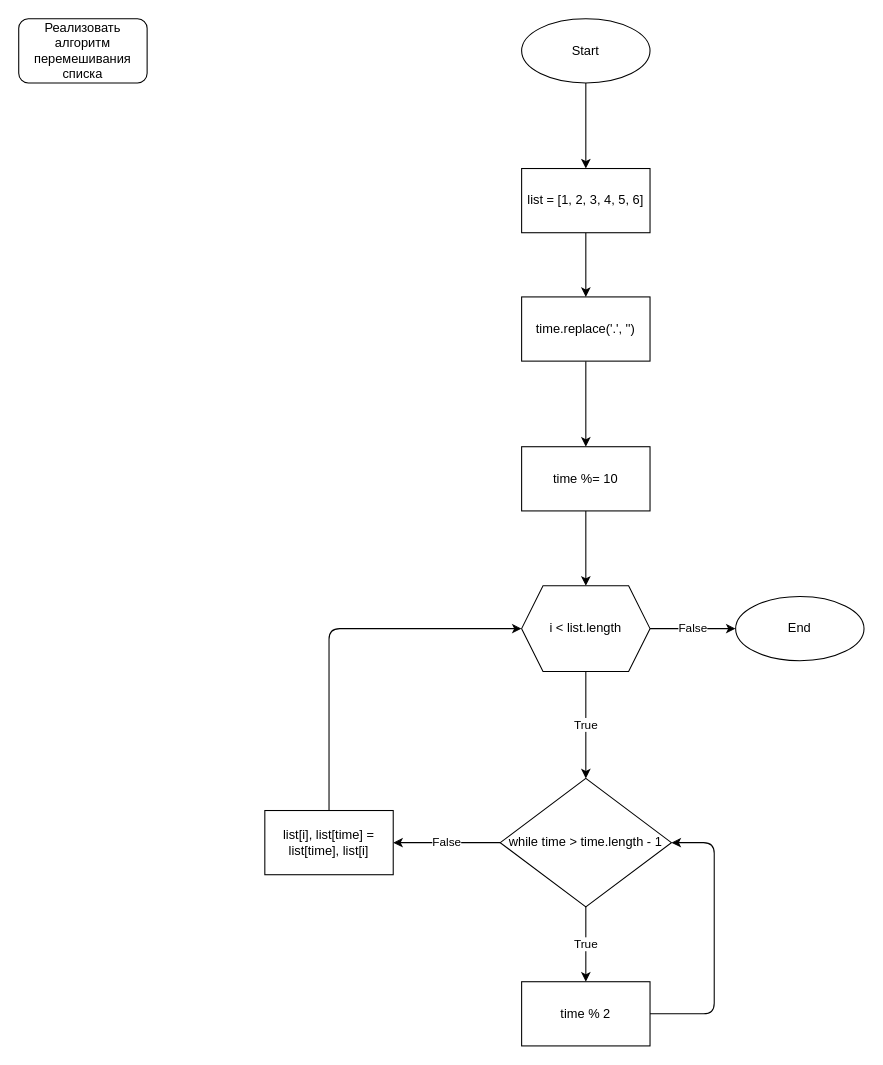
This is Lesson_2/task_18_random.drawio from Fostix/GB_Python_Tasks, a draw.io file, before an edit. Source tidied: cells renumbered, new cells numbered last; positions are measured from the earlier drawing's top-left corner, leaving out a move shared by most shapes. Both pictures are drawn from the tidied source at 107%, with x=0, y=0 at pixel (18, 18).
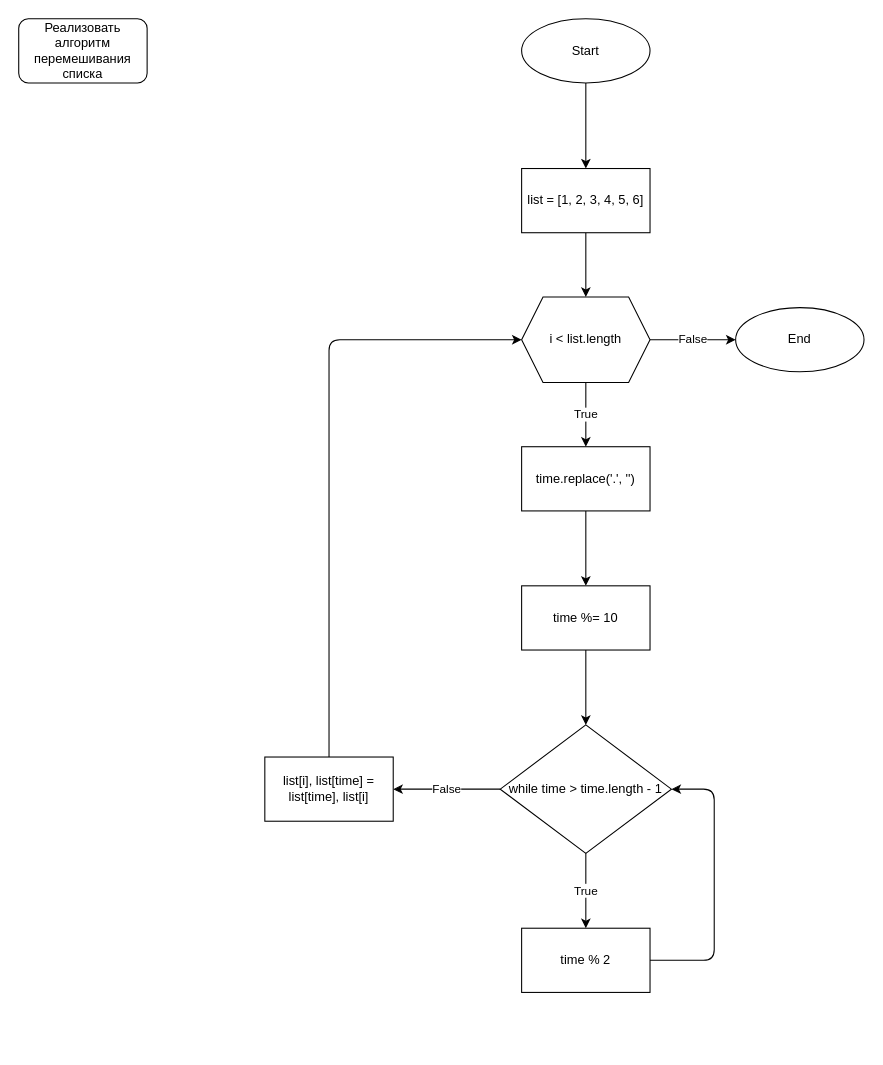
Above is the later version.

The change refers to these unchanged cells:
```xml
<mxCell id="10" value="list = [1, 2, 3, 4, 5, 6]" style="whiteSpace=wrap;html=1;" parent="1" vertex="1">
  <mxGeometry x="470" y="140" width="120" height="60" as="geometry" />
</mxCell>
```

The edit, as a diff of the source:
```diff
@@
     <mxCell id="6" value="time.replace('.', '')" style="whiteSpace=wrap;html=1;" parent="1" vertex="1">
-      <mxGeometry x="470" y="260" width="120" height="60" as="geometry" />
+      <mxGeometry x="470" y="400" width="120" height="60" as="geometry" />
     </mxCell>
-    <mxCell id="7" style="edgeStyle=none;html=1;" parent="1" edge="1" source="8" target="20">
-      <mxGeometry relative="1" as="geometry" />
-    </mxCell>
+    <mxCell id="22" style="edgeStyle=none;html=1;" parent="1" edge="1" source="8" target="13">
+      <mxGeometry relative="1" as="geometry" />
+    </mxCell>
     <mxCell id="8" value="time %= 10" style="whiteSpace=wrap;html=1;" parent="1" vertex="1">
-      <mxGeometry x="470" y="400" width="120" height="60" as="geometry" />
+      <mxGeometry x="470" y="530" width="120" height="60" as="geometry" />
     </mxCell>
-    <mxCell id="9" style="edgeStyle=none;html=1;" parent="1" edge="1" source="10" target="6">
-      <mxGeometry relative="1" as="geometry" />
-    </mxCell>
+    <mxCell id="23" style="edgeStyle=none;html=1;" parent="1" edge="1" source="10" target="20">
+      <mxGeometry relative="1" as="geometry" />
+    </mxCell>
@@
     <mxCell id="13" value="while time &amp;gt; time.length - 1" style="rhombus;whiteSpace=wrap;html=1;" parent="1" vertex="1">
-      <mxGeometry x="450" y="710" width="160" height="120" as="geometry" />
+      <mxGeometry x="450" y="660" width="160" height="120" as="geometry" />
     </mxCell>
     <mxCell id="14" style="edgeStyle=none;html=1;entryX=1;entryY=0.5;entryDx=0;entryDy=0;" parent="1" edge="1" source="15" target="13">
       <mxGeometry relative="1" as="geometry">
         <Array as="points">
-          <mxPoint x="650" y="930" />
-          <mxPoint x="650" y="770" />
+          <mxPoint x="650" y="880" />
+          <mxPoint x="650" y="720" />
         </Array>
       </mxGeometry>
     </mxCell>
     <mxCell id="15" value="time % 2" style="whiteSpace=wrap;html=1;" parent="1" vertex="1">
-      <mxGeometry x="470" y="900" width="120" height="60" as="geometry" />
+      <mxGeometry x="470" y="850" width="120" height="60" as="geometry" />
     </mxCell>
     <mxCell id="16" style="edgeStyle=none;html=1;entryX=0;entryY=0.5;entryDx=0;entryDy=0;" parent="1" edge="1" source="17" target="20">
       <mxGeometry relative="1" as="geometry">
         <Array as="points">
-          <mxPoint x="290" y="570" />
+          <mxPoint x="290" y="300" />
         </Array>
       </mxGeometry>
     </mxCell>
     <mxCell id="17" value="list[i], list[time] = list[time], list[i]" style="whiteSpace=wrap;html=1;" parent="1" vertex="1">
-      <mxGeometry x="230" y="740" width="120" height="60" as="geometry" />
+      <mxGeometry x="230" y="690" width="120" height="60" as="geometry" />
     </mxCell>
+    <mxCell id="19" value="False" style="edgeStyle=none;html=1;" parent="1" edge="1" source="20" target="21">
+      <mxGeometry relative="1" as="geometry" />
+    </mxCell>
-    <mxCell id="18" value="True" style="edgeStyle=none;html=1;" parent="1" edge="1" source="20" target="13">
+    <mxCell id="18" value="True" style="edgeStyle=none;html=1;" parent="1" edge="1" source="20" target="6">
       <mxGeometry relative="1" as="geometry" />
     </mxCell>
-    <mxCell id="19" value="False" style="edgeStyle=none;html=1;" parent="1" edge="1" source="20" target="21">
-      <mxGeometry relative="1" as="geometry" />
-    </mxCell>
     <mxCell id="20" value="i &amp;lt; list.length" style="shape=hexagon;perimeter=hexagonPerimeter2;whiteSpace=wrap;html=1;fixedSize=1;" parent="1" vertex="1">
-      <mxGeometry x="470" y="530" width="120" height="80" as="geometry" />
+      <mxGeometry x="470" y="260" width="120" height="80" as="geometry" />
     </mxCell>
     <mxCell id="21" value="End" style="ellipse;whiteSpace=wrap;html=1;" parent="1" vertex="1">
-      <mxGeometry x="670" y="540" width="120" height="60" as="geometry" />
+      <mxGeometry x="670" y="270" width="120" height="60" as="geometry" />
     </mxCell>
```
